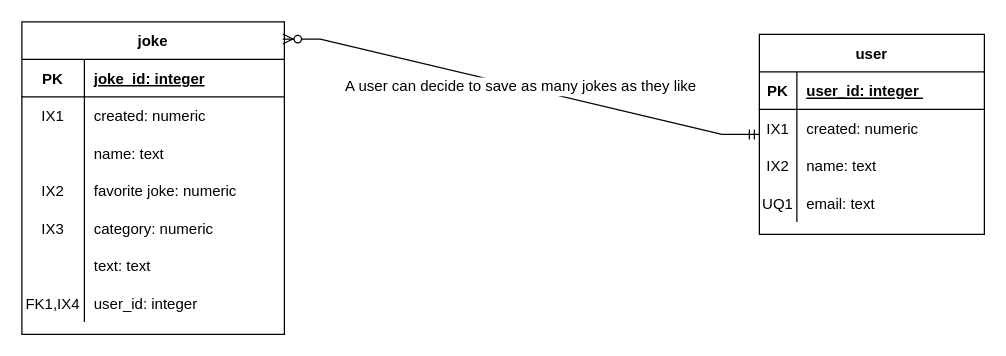
This is docs/work/erd.drawio from ddc-java-14/giggle, a draw.io file, before an edit. Source tidied: cells renumbered, new cells numbered last; positions are measured from the earlier drawing's top-left corner, leaving out a move shared by most shapes. Both pictures are drawn from the tidied source at 125%, with x=0, y=0 at pixel (21, 21).
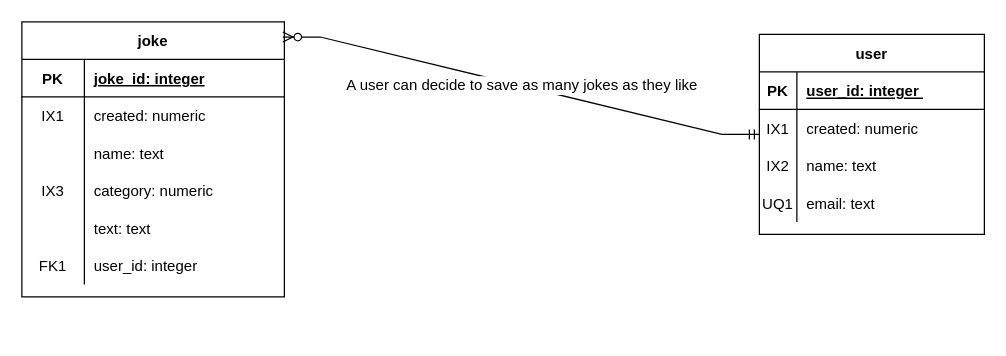
After the change.

Change to the diagram source:
```diff
@@
     <mxCell id="15" value="joke" style="shape=table;startSize=30;childLayout=tableLayout;rowLines=0;fontStyle=1;align=center;" parent="1" vertex="1">
-      <mxGeometry width="210" height="250" as="geometry" />
+      <mxGeometry width="210" height="220" as="geometry" />
     </mxCell>
@@
-    <mxCell id="25" style="shape=partialRectangle;fillColor=none;top=0;left=0;bottom=0;right=0;" parent="15" vertex="1">
-      <mxGeometry y="120" width="210" height="30" as="geometry" />
-    </mxCell>
-    <mxCell id="26" value="IX2" style="shape=partialRectangle;fillColor=none;top=0;left=0;bottom=0;right=0;overflow=hidden;" parent="25" vertex="1">
-      <mxGeometry width="50" height="30" as="geometry" />
-    </mxCell>
-    <mxCell id="27" value="favorite joke: numeric" style="shape=partialRectangle;fillColor=none;top=0;left=0;bottom=0;right=0;align=left;spacingLeft=6;overflow=hidden;" parent="25" vertex="1">
-      <mxGeometry x="50" width="160" height="30" as="geometry" />
-    </mxCell>
     <mxCell id="28" style="shape=partialRectangle;fillColor=none;top=0;left=0;bottom=0;right=0;" parent="15" vertex="1">
-      <mxGeometry y="150" width="210" height="30" as="geometry" />
+      <mxGeometry y="120" width="210" height="30" as="geometry" />
     </mxCell>
@@
     <mxCell id="31" style="shape=partialRectangle;fillColor=none;top=0;left=0;bottom=0;right=0;" parent="15" vertex="1">
-      <mxGeometry y="180" width="210" height="30" as="geometry" />
+      <mxGeometry y="150" width="210" height="30" as="geometry" />
     </mxCell>
@@
     <mxCell id="34" style="shape=partialRectangle;fillColor=none;top=0;left=0;bottom=0;right=0;" parent="15" vertex="1">
-      <mxGeometry y="210" width="210" height="30" as="geometry" />
+      <mxGeometry y="180" width="210" height="30" as="geometry" />
     </mxCell>
-    <mxCell id="35" value="FK1,IX4" style="shape=partialRectangle;fillColor=none;top=0;left=0;bottom=0;right=0;overflow=hidden;" parent="34" vertex="1">
+    <mxCell id="35" value="FK1" style="shape=partialRectangle;fillColor=none;top=0;left=0;bottom=0;right=0;overflow=hidden;" parent="34" vertex="1">
       <mxGeometry width="50" height="30" as="geometry" />
     </mxCell>
```
